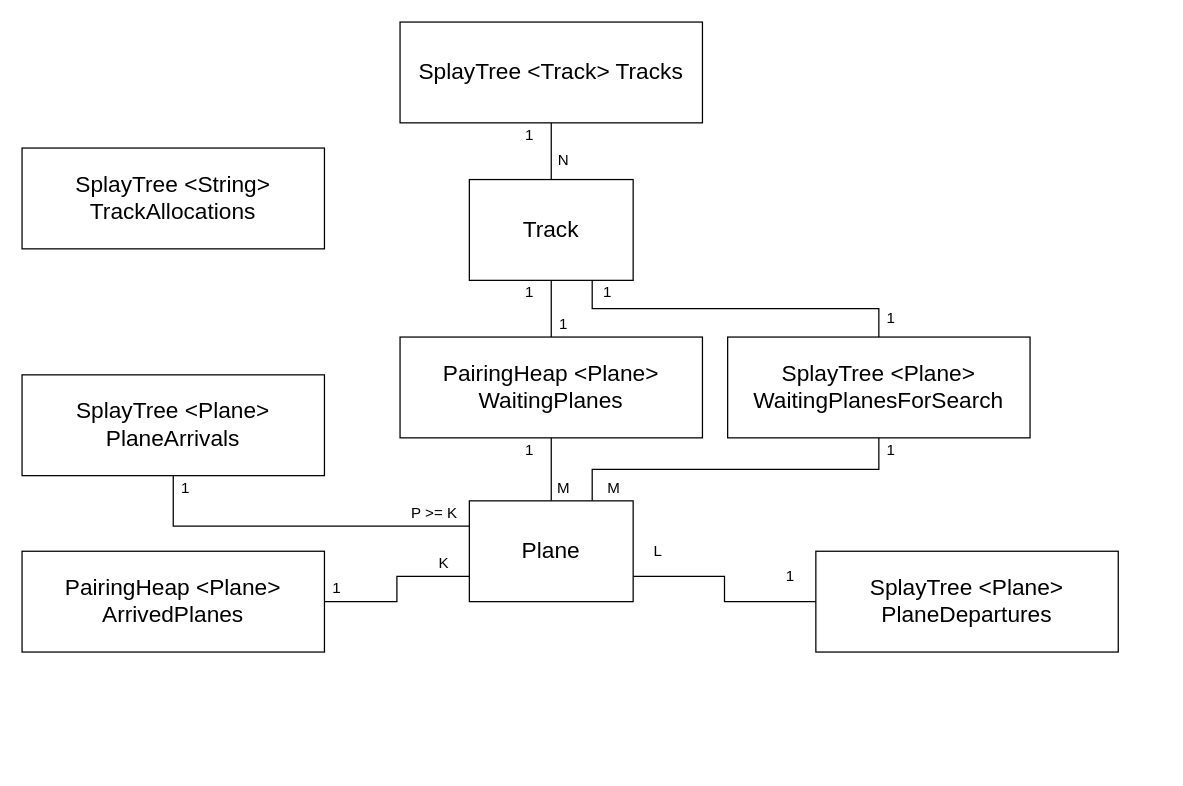
The draw.io diagram docs/PlaneDepartureTracking.drawio in MaxLynx/PlaneDepartureTracking, before the edit. Source tidied: cells renumbered, new cells numbered last; positions are measured from the earlier drawing's top-left corner, leaving out a move shared by most shapes. Both pictures are drawn from the tidied source at 126%, with x=0, y=0 at pixel (21, 21).
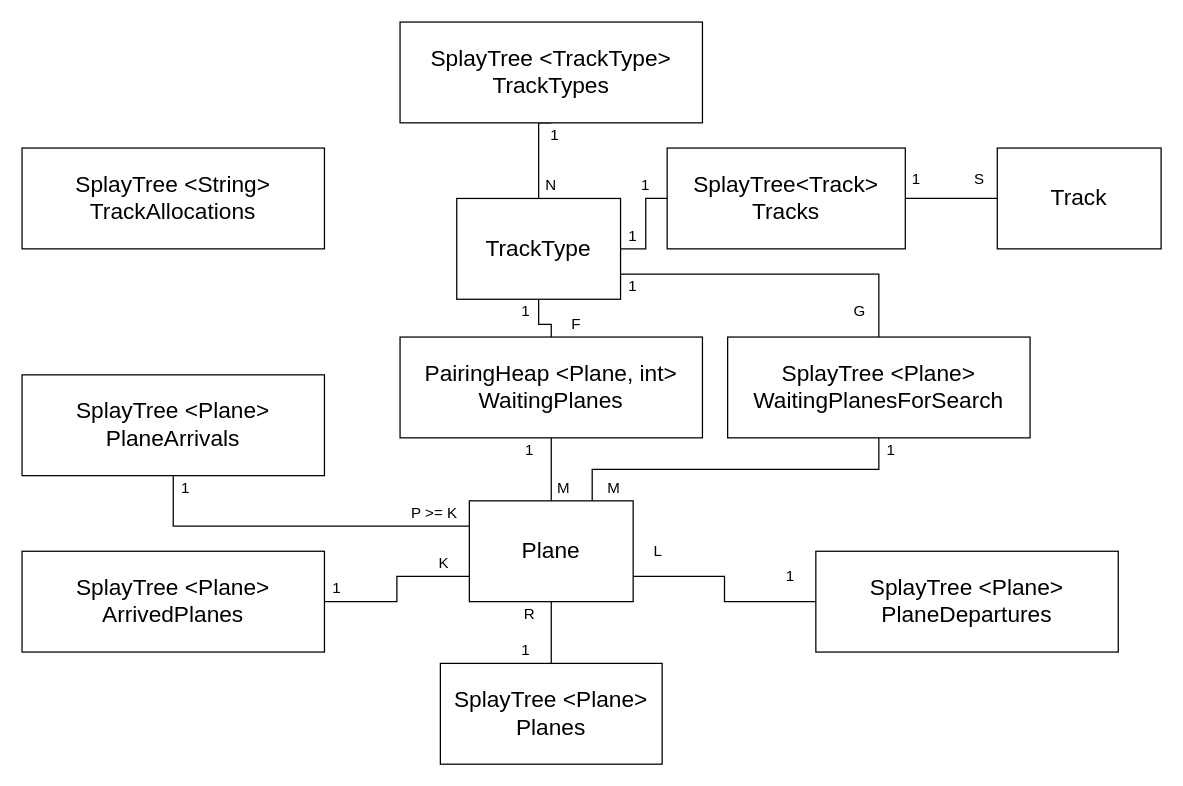
The same diagram, later.

Unchanged cells that the change refers to:
```xml
<mxCell id="10" value="&lt;font style=&quot;font-size: 18px&quot;&gt;Plane&lt;/font&gt;" style="rounded=0;whiteSpace=wrap;html=1;" parent="1" vertex="1">
  <mxGeometry x="355" y="380" width="130" height="80" as="geometry" />
</mxCell>
<mxCell id="30" value="&lt;font style=&quot;font-size: 18px&quot;&gt;SplayTree &amp;lt;Plane&amp;gt; WaitingPlanesForSearch&lt;/font&gt;" style="rounded=0;whiteSpace=wrap;html=1;" parent="1" vertex="1">
  <mxGeometry x="560" y="250" width="240" height="80" as="geometry" />
</mxCell>
```

What changed in the source:
```diff
@@
-    <mxCell id="2" style="edgeStyle=orthogonalEdgeStyle;rounded=0;jettySize=auto;html=1;exitX=0.5;exitY=1;exitDx=0;exitDy=0;endArrow=none;endFill=0;" parent="1" edge="1" source="3" target="6">
-      <mxGeometry relative="1" as="geometry" />
-    </mxCell>
+    <mxCell id="35" style="edgeStyle=orthogonalEdgeStyle;rounded=0;jettySize=auto;html=1;exitX=0.5;exitY=1;exitDx=0;exitDy=0;endArrow=none;endFill=0;" parent="1" edge="1" source="3" target="45">
+      <mxGeometry relative="1" as="geometry">
+        <Array as="points">
+          <mxPoint x="410" y="80" />
+        </Array>
+      </mxGeometry>
+    </mxCell>
-    <mxCell id="3" value="&lt;font style=&quot;font-size: 18px&quot;&gt;SplayTree &amp;lt;Track&amp;gt; Tracks&lt;/font&gt;" style="rounded=0;whiteSpace=wrap;html=1;" parent="1" vertex="1">
+    <mxCell id="3" value="&lt;font style=&quot;font-size: 18px&quot;&gt;SplayTree &amp;lt;TrackType&amp;gt; TrackTypes&lt;/font&gt;" style="rounded=0;whiteSpace=wrap;html=1;" parent="1" vertex="1">
       <mxGeometry x="300" width="240" height="80" as="geometry" />
     </mxCell>
-    <mxCell id="4" style="edgeStyle=orthogonalEdgeStyle;rounded=0;jettySize=auto;html=1;exitX=0.5;exitY=1;exitDx=0;exitDy=0;entryX=0.5;entryY=0;entryDx=0;entryDy=0;endArrow=none;endFill=0;" parent="1" edge="1" source="6" target="8">
-      <mxGeometry relative="1" as="geometry" />
-    </mxCell>
-    <mxCell id="5" style="edgeStyle=orthogonalEdgeStyle;rounded=0;jettySize=auto;html=1;exitX=0.75;exitY=1;exitDx=0;exitDy=0;entryX=0.5;entryY=0;entryDx=0;entryDy=0;endArrow=none;endFill=0;" parent="1" edge="1" source="6" target="30">
-      <mxGeometry relative="1" as="geometry" />
-    </mxCell>
+    <mxCell id="36" style="edgeStyle=orthogonalEdgeStyle;rounded=0;jettySize=auto;html=1;exitX=1;exitY=0.5;exitDx=0;exitDy=0;endArrow=none;endFill=0;" parent="1" edge="1" source="6" target="41">
+      <mxGeometry relative="1" as="geometry" />
+    </mxCell>
-    <mxCell id="6" value="&lt;font style=&quot;font-size: 18px&quot;&gt;Track&lt;/font&gt;" style="rounded=0;whiteSpace=wrap;html=1;" parent="1" vertex="1">
-      <mxGeometry x="355" y="125" width="130" height="80" as="geometry" />
+    <mxCell id="6" value="&lt;font style=&quot;font-size: 18px&quot;&gt;SplayTree&amp;lt;Track&amp;gt; Tracks&lt;/font&gt;" style="rounded=0;whiteSpace=wrap;html=1;" parent="1" vertex="1">
+      <mxGeometry x="512" y="100" width="189" height="80" as="geometry" />
     </mxCell>
@@
-    <mxCell id="8" value="&lt;font style=&quot;font-size: 18px&quot;&gt;PairingHeap &amp;lt;Plane&amp;gt; WaitingPlanes&lt;/font&gt;" style="rounded=0;whiteSpace=wrap;html=1;" parent="1" vertex="1">
+    <mxCell id="8" value="&lt;font style=&quot;font-size: 18px&quot;&gt;PairingHeap &amp;lt;Plane, int&amp;gt; WaitingPlanes&lt;/font&gt;" style="rounded=0;whiteSpace=wrap;html=1;" parent="1" vertex="1">
       <mxGeometry x="300" y="250" width="240" height="80" as="geometry" />
     </mxCell>
@@
-    <mxCell id="12" value="&lt;font style=&quot;font-size: 18px&quot;&gt;PairingHeap &amp;lt;Plane&amp;gt; ArrivedPlanes&lt;/font&gt;" style="rounded=0;whiteSpace=wrap;html=1;" parent="1" vertex="1">
+    <mxCell id="12" value="&lt;font style=&quot;font-size: 18px&quot;&gt;SplayTree &amp;lt;Plane&amp;gt; ArrivedPlanes&lt;/font&gt;" style="rounded=0;whiteSpace=wrap;html=1;" parent="1" vertex="1">
       <mxGeometry y="420" width="240" height="80" as="geometry" />
     </mxCell>
@@
     <mxCell id="17" value="1" style="text;html=1;strokeColor=none;fillColor=none;align=center;verticalAlign=middle;whiteSpace=wrap;rounded=0;" parent="1" vertex="1">
-      <mxGeometry x="383" y="80" width="40" height="20" as="geometry" />
+      <mxGeometry x="403" y="80" width="40" height="20" as="geometry" />
     </mxCell>
     <mxCell id="18" value="N" style="text;html=1;strokeColor=none;fillColor=none;align=center;verticalAlign=middle;whiteSpace=wrap;rounded=0;" parent="1" vertex="1">
-      <mxGeometry x="410" y="100" width="40" height="20" as="geometry" />
+      <mxGeometry x="400" y="120" width="40" height="20" as="geometry" />
     </mxCell>
-    <mxCell id="19" value="1" style="text;html=1;strokeColor=none;fillColor=none;align=center;verticalAlign=middle;whiteSpace=wrap;rounded=0;" parent="1" vertex="1">
-      <mxGeometry x="383" y="205" width="40" height="20" as="geometry" />
-    </mxCell>
-    <mxCell id="20" value="1" style="text;html=1;strokeColor=none;fillColor=none;align=center;verticalAlign=middle;whiteSpace=wrap;rounded=0;" parent="1" vertex="1">
-      <mxGeometry x="410" y="230" width="40" height="20" as="geometry" />
-    </mxCell>
@@
-    <mxCell id="31" value="1" style="text;html=1;strokeColor=none;fillColor=none;align=center;verticalAlign=middle;whiteSpace=wrap;rounded=0;" parent="1" vertex="1">
-      <mxGeometry x="445" y="205" width="40" height="20" as="geometry" />
-    </mxCell>
-    <mxCell id="32" value="1" style="text;html=1;strokeColor=none;fillColor=none;align=center;verticalAlign=middle;whiteSpace=wrap;rounded=0;" parent="1" vertex="1">
-      <mxGeometry x="670" y="225" width="40" height="20" as="geometry" />
-    </mxCell>
@@
+    <mxCell id="37" style="edgeStyle=orthogonalEdgeStyle;rounded=0;jettySize=auto;html=1;exitX=0.5;exitY=0;exitDx=0;exitDy=0;endArrow=none;endFill=0;" parent="1" edge="1" source="38" target="10">
+      <mxGeometry relative="1" as="geometry" />
+    </mxCell>
+    <mxCell id="38" value="&lt;font style=&quot;font-size: 18px&quot;&gt;SplayTree &amp;lt;Plane&amp;gt; Planes&lt;/font&gt;" style="rounded=0;whiteSpace=wrap;html=1;" parent="1" vertex="1">
+      <mxGeometry x="332" y="509" width="176" height="80" as="geometry" />
+    </mxCell>
+    <mxCell id="39" value="1" style="text;html=1;strokeColor=none;fillColor=none;align=center;verticalAlign=middle;whiteSpace=wrap;rounded=0;" parent="1" vertex="1">
+      <mxGeometry x="380" y="489" width="40" height="20" as="geometry" />
+    </mxCell>
+    <mxCell id="40" value="R" style="text;html=1;strokeColor=none;fillColor=none;align=center;verticalAlign=middle;whiteSpace=wrap;rounded=0;" parent="1" vertex="1">
+      <mxGeometry x="383" y="460" width="40" height="20" as="geometry" />
+    </mxCell>
+    <mxCell id="41" value="&lt;font style=&quot;font-size: 18px&quot;&gt;Track&lt;/font&gt;" style="rounded=0;whiteSpace=wrap;html=1;" parent="1" vertex="1">
+      <mxGeometry x="774" y="100" width="130" height="80" as="geometry" />
+    </mxCell>
+    <mxCell id="42" style="edgeStyle=orthogonalEdgeStyle;rounded=0;jettySize=auto;html=1;exitX=0.5;exitY=1;exitDx=0;exitDy=0;endArrow=none;endFill=0;" parent="1" edge="1" source="45" target="8">
+      <mxGeometry relative="1" as="geometry" />
+    </mxCell>
+    <mxCell id="43" style="edgeStyle=orthogonalEdgeStyle;rounded=0;jettySize=auto;html=1;exitX=1;exitY=0.75;exitDx=0;exitDy=0;entryX=0.5;entryY=0;entryDx=0;entryDy=0;endArrow=none;endFill=0;" parent="1" edge="1" source="45" target="30">
+      <mxGeometry relative="1" as="geometry" />
+    </mxCell>
+    <mxCell id="44" style="edgeStyle=orthogonalEdgeStyle;rounded=0;jettySize=auto;html=1;exitX=1;exitY=0.5;exitDx=0;exitDy=0;endArrow=none;endFill=0;" parent="1" edge="1" source="45" target="6">
+      <mxGeometry relative="1" as="geometry" />
+    </mxCell>
+    <mxCell id="45" value="&lt;font style=&quot;font-size: 18px&quot;&gt;TrackType&lt;/font&gt;" style="rounded=0;whiteSpace=wrap;html=1;" parent="1" vertex="1">
+      <mxGeometry x="345" y="140" width="130" height="80" as="geometry" />
+    </mxCell>
+    <mxCell id="46" value="1" style="text;html=1;strokeColor=none;fillColor=none;align=center;verticalAlign=middle;whiteSpace=wrap;rounded=0;" parent="1" vertex="1">
+      <mxGeometry x="475" y="120" width="40" height="20" as="geometry" />
+    </mxCell>
+    <mxCell id="47" value="1" style="text;html=1;strokeColor=none;fillColor=none;align=center;verticalAlign=middle;whiteSpace=wrap;rounded=0;" parent="1" vertex="1">
+      <mxGeometry x="690" y="115" width="40" height="20" as="geometry" />
+    </mxCell>
+    <mxCell id="48" value="S" style="text;html=1;strokeColor=none;fillColor=none;align=center;verticalAlign=middle;whiteSpace=wrap;rounded=0;" parent="1" vertex="1">
+      <mxGeometry x="740" y="115" width="40" height="20" as="geometry" />
+    </mxCell>
+    <mxCell id="49" value="G" style="text;html=1;strokeColor=none;fillColor=none;align=center;verticalAlign=middle;whiteSpace=wrap;rounded=0;" parent="1" vertex="1">
+      <mxGeometry x="645" y="220" width="40" height="20" as="geometry" />
+    </mxCell>
+    <mxCell id="50" value="F" style="text;html=1;strokeColor=none;fillColor=none;align=center;verticalAlign=middle;whiteSpace=wrap;rounded=0;" parent="1" vertex="1">
+      <mxGeometry x="420" y="230" width="40" height="20" as="geometry" />
+    </mxCell>
+    <mxCell id="51" value="1" style="text;html=1;strokeColor=none;fillColor=none;align=center;verticalAlign=middle;whiteSpace=wrap;rounded=0;" parent="1" vertex="1">
+      <mxGeometry x="380" y="220" width="40" height="20" as="geometry" />
+    </mxCell>
+    <mxCell id="52" value="1" style="text;html=1;strokeColor=none;fillColor=none;align=center;verticalAlign=middle;whiteSpace=wrap;rounded=0;" parent="1" vertex="1">
+      <mxGeometry x="465" y="200" width="40" height="20" as="geometry" />
+    </mxCell>
+    <mxCell id="53" value="1" style="text;html=1;strokeColor=none;fillColor=none;align=center;verticalAlign=middle;whiteSpace=wrap;rounded=0;" parent="1" vertex="1">
+      <mxGeometry x="465" y="160" width="40" height="20" as="geometry" />
+    </mxCell>
```
